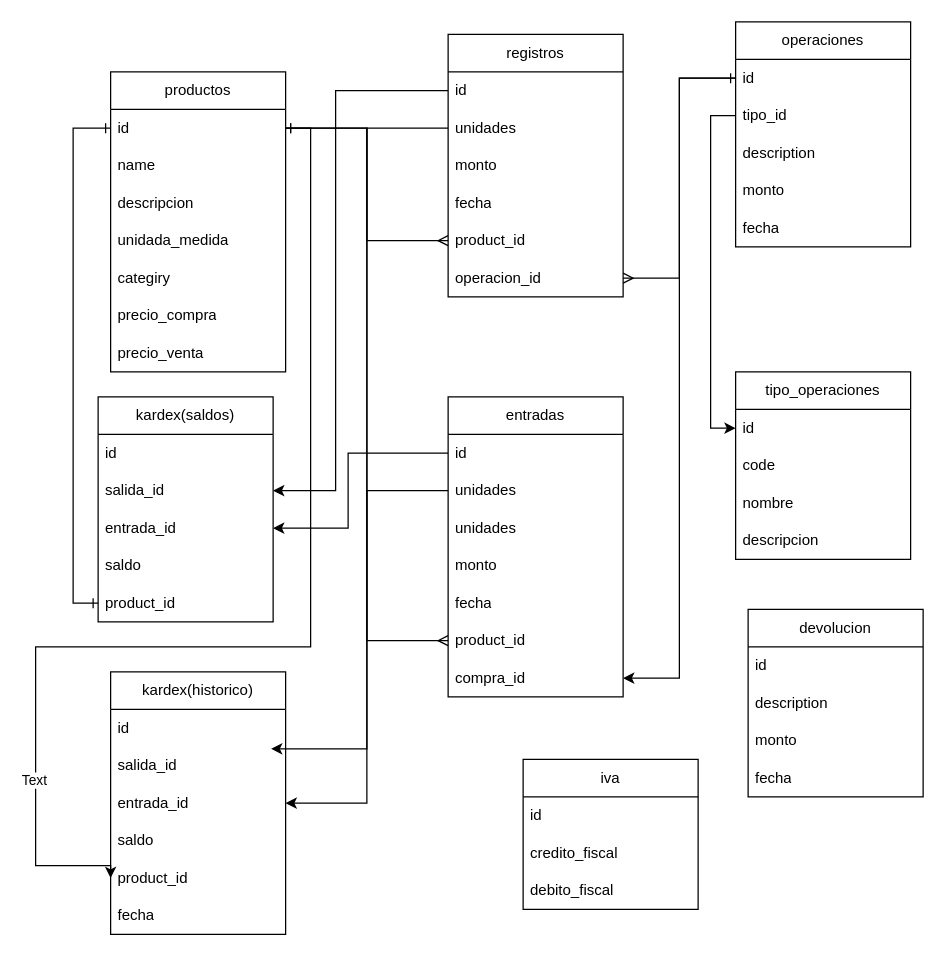
MasterJhonny/diagramas keeps this draw.io diagram as sistema_inventarios.drawio. Above is the earlier version. Source tidied: cells renumbered, new cells numbered last; positions are measured from the earlier drawing's top-left corner, leaving out a move shared by most shapes. Both pictures are drawn from the tidied source at 125%, with x=0, y=0 at pixel (35, 21).
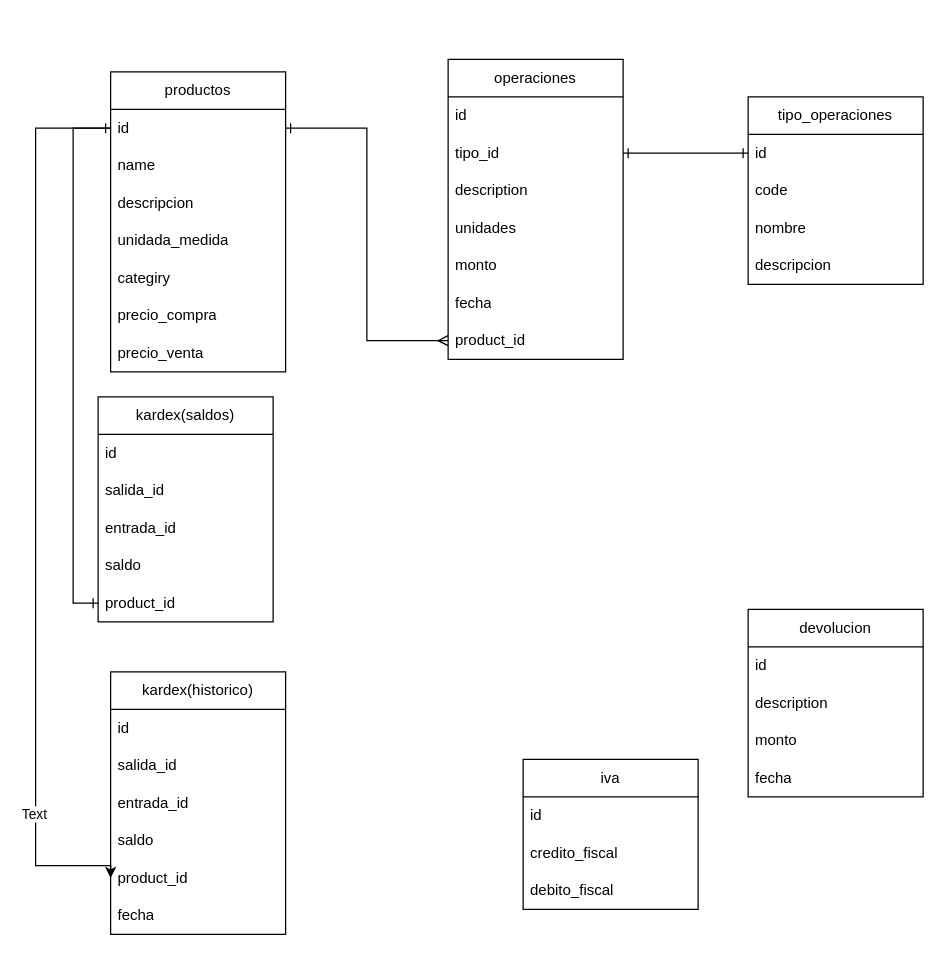
After the change.

The change refers to these unchanged cells:
```xml
<mxCell id="3" value="id" style="text;strokeColor=none;fillColor=none;align=left;verticalAlign=middle;spacingLeft=4;spacingRight=4;overflow=hidden;points=[[0,0.5],[1,0.5]];portConstraint=eastwest;whiteSpace=wrap;html=1;" parent="2" vertex="1">
  <mxGeometry y="30" width="140" height="30" as="geometry" />
</mxCell>
<mxCell id="11" value="id" style="text;strokeColor=none;fillColor=none;align=left;verticalAlign=middle;spacingLeft=4;spacingRight=4;overflow=hidden;points=[[0,0.5],[1,0.5]];portConstraint=eastwest;whiteSpace=wrap;html=1;" parent="10" vertex="1">
  <mxGeometry y="30" width="140" height="30" as="geometry" />
</mxCell>
<mxCell id="12" value="tipo_id" style="text;strokeColor=none;fillColor=none;align=left;verticalAlign=middle;spacingLeft=4;spacingRight=4;overflow=hidden;points=[[0,0.5],[1,0.5]];portConstraint=eastwest;whiteSpace=wrap;html=1;" parent="10" vertex="1">
  <mxGeometry y="60" width="140" height="30" as="geometry" />
</mxCell>
<mxCell id="27" value="salida_id" style="text;strokeColor=none;fillColor=none;align=left;verticalAlign=middle;spacingLeft=4;spacingRight=4;overflow=hidden;points=[[0,0.5],[1,0.5]];portConstraint=eastwest;whiteSpace=wrap;html=1;" parent="25" vertex="1">
  <mxGeometry y="60" width="140" height="30" as="geometry" />
</mxCell>
<mxCell id="28" value="entrada_id" style="text;strokeColor=none;fillColor=none;align=left;verticalAlign=middle;spacingLeft=4;spacingRight=4;overflow=hidden;points=[[0,0.5],[1,0.5]];portConstraint=eastwest;whiteSpace=wrap;html=1;" parent="25" vertex="1">
  <mxGeometry y="90" width="140" height="30" as="geometry" />
</mxCell>
<mxCell id="40" value="id" style="text;strokeColor=none;fillColor=none;align=left;verticalAlign=middle;spacingLeft=4;spacingRight=4;overflow=hidden;points=[[0,0.5],[1,0.5]];portConstraint=eastwest;whiteSpace=wrap;html=1;" parent="39" vertex="1">
  <mxGeometry y="30" width="140" height="30" as="geometry" />
</mxCell>
<mxCell id="50" value="salida_id" style="text;strokeColor=none;fillColor=none;align=left;verticalAlign=middle;spacingLeft=4;spacingRight=4;overflow=hidden;points=[[0,0.5],[1,0.5]];portConstraint=eastwest;whiteSpace=wrap;html=1;" parent="48" vertex="1">
  <mxGeometry y="60" width="140" height="30" as="geometry" />
</mxCell>
<mxCell id="51" value="entrada_id" style="text;strokeColor=none;fillColor=none;align=left;verticalAlign=middle;spacingLeft=4;spacingRight=4;overflow=hidden;points=[[0,0.5],[1,0.5]];portConstraint=eastwest;whiteSpace=wrap;html=1;" parent="48" vertex="1">
  <mxGeometry y="90" width="140" height="30" as="geometry" />
</mxCell>
<mxCell id="53" value="product_id" style="text;strokeColor=none;fillColor=none;align=left;verticalAlign=middle;spacingLeft=4;spacingRight=4;overflow=hidden;points=[[0,0.5],[1,0.5]];portConstraint=eastwest;whiteSpace=wrap;html=1;" parent="48" vertex="1">
  <mxGeometry y="150" width="140" height="30" as="geometry" />
</mxCell>
```

Diff of the diagram source:
```diff
@@
     <mxCell id="10" value="operaciones" style="swimlane;fontStyle=0;horizontal=1;startSize=30;whiteSpace=wrap;html=1;" parent="1" vertex="1">
-      <mxGeometry x="560" width="140" height="180" as="geometry" />
+      <mxGeometry x="330" y="30" width="140" height="240" as="geometry" />
     </mxCell>
@@
+    <mxCell id="70" value="unidades" style="text;strokeColor=none;fillColor=none;align=left;verticalAlign=middle;spacingLeft=4;spacingRight=4;overflow=hidden;whiteSpace=wrap;html=1;" parent="10" vertex="1">
+      <mxGeometry y="120" width="140" height="30" as="geometry" />
+    </mxCell>
     <mxCell id="14" value="monto" style="text;strokeColor=none;fillColor=none;align=left;verticalAlign=middle;spacingLeft=4;spacingRight=4;overflow=hidden;whiteSpace=wrap;html=1;" parent="10" vertex="1">
-      <mxGeometry y="120" width="140" height="30" as="geometry" />
+      <mxGeometry y="150" width="140" height="30" as="geometry" />
     </mxCell>
     <mxCell id="15" value="fecha" style="text;strokeColor=none;fillColor=none;align=left;verticalAlign=middle;spacingLeft=4;spacingRight=4;overflow=hidden;whiteSpace=wrap;html=1;" parent="10" vertex="1">
-      <mxGeometry y="150" width="140" height="30" as="geometry" />
+      <mxGeometry y="180" width="140" height="30" as="geometry" />
     </mxCell>
-    <mxCell id="16" value="entradas" style="swimlane;fontStyle=0;horizontal=1;startSize=30;whiteSpace=wrap;html=1;" parent="1" vertex="1">
-      <mxGeometry x="330" y="300" width="140" height="240" as="geometry" />
-    </mxCell>
-    <mxCell id="17" value="id" style="text;strokeColor=none;fillColor=none;align=left;verticalAlign=middle;spacingLeft=4;spacingRight=4;overflow=hidden;points=[[0,0.5],[1,0.5]];portConstraint=eastwest;whiteSpace=wrap;html=1;" parent="16" vertex="1">
-      <mxGeometry y="30" width="140" height="30" as="geometry" />
-    </mxCell>
-    <mxCell id="18" value="unidades" style="text;strokeColor=none;fillColor=none;align=left;verticalAlign=middle;spacingLeft=4;spacingRight=4;overflow=hidden;points=[[0,0.5],[1,0.5]];portConstraint=eastwest;whiteSpace=wrap;html=1;" parent="16" vertex="1">
-      <mxGeometry y="60" width="140" height="30" as="geometry" />
-    </mxCell>
-    <mxCell id="19" value="unidades" style="text;strokeColor=none;fillColor=none;align=left;verticalAlign=middle;spacingLeft=4;spacingRight=4;overflow=hidden;whiteSpace=wrap;html=1;" parent="16" vertex="1">
-      <mxGeometry y="90" width="140" height="30" as="geometry" />
-    </mxCell>
-    <mxCell id="20" value="monto" style="text;strokeColor=none;fillColor=none;align=left;verticalAlign=middle;spacingLeft=4;spacingRight=4;overflow=hidden;whiteSpace=wrap;html=1;" parent="16" vertex="1">
-      <mxGeometry y="120" width="140" height="30" as="geometry" />
-    </mxCell>
-    <mxCell id="21" value="fecha" style="text;strokeColor=none;fillColor=none;align=left;verticalAlign=middle;spacingLeft=4;spacingRight=4;overflow=hidden;whiteSpace=wrap;html=1;" parent="16" vertex="1">
-      <mxGeometry y="150" width="140" height="30" as="geometry" />
-    </mxCell>
-    <mxCell id="22" value="product_id" style="text;strokeColor=none;fillColor=none;align=left;verticalAlign=middle;spacingLeft=4;spacingRight=4;overflow=hidden;points=[[0,0.5],[1,0.5]];portConstraint=eastwest;whiteSpace=wrap;html=1;" parent="16" vertex="1">
-      <mxGeometry y="180" width="140" height="30" as="geometry" />
-    </mxCell>
-    <mxCell id="23" value="compra_id" style="text;strokeColor=none;fillColor=none;align=left;verticalAlign=middle;spacingLeft=4;spacingRight=4;overflow=hidden;points=[[0,0.5],[1,0.5]];portConstraint=eastwest;whiteSpace=wrap;html=1;" parent="16" vertex="1">
-      <mxGeometry y="210" width="140" height="30" as="geometry" />
-    </mxCell>
-    <mxCell id="24" style="edgeStyle=orthogonalEdgeStyle;rounded=0;jettySize=auto;html=1;entryX=0;entryY=0.5;entryDx=0;entryDy=0;startArrow=ERone;startFill=0;endArrow=ERmany;endFill=0;" parent="1" edge="1" source="3" target="22">
-      <mxGeometry relative="1" as="geometry" />
-    </mxCell>
+    <mxCell id="71" value="product_id" style="text;strokeColor=none;fillColor=none;align=left;verticalAlign=middle;spacingLeft=4;spacingRight=4;overflow=hidden;points=[[0,0.5],[1,0.5]];portConstraint=eastwest;whiteSpace=wrap;html=1;" parent="10" vertex="1">
+      <mxGeometry y="210" width="140" height="30" as="geometry" />
+    </mxCell>
@@
-    <mxCell id="32" value="registros" style="swimlane;fontStyle=0;horizontal=1;startSize=30;whiteSpace=wrap;html=1;" parent="1" vertex="1">
-      <mxGeometry x="330" y="10" width="140" height="210" as="geometry" />
-    </mxCell>
-    <mxCell id="33" value="id" style="text;strokeColor=none;fillColor=none;align=left;verticalAlign=middle;spacingLeft=4;spacingRight=4;overflow=hidden;points=[[0,0.5],[1,0.5]];portConstraint=eastwest;whiteSpace=wrap;html=1;" parent="32" vertex="1">
-      <mxGeometry y="30" width="140" height="30" as="geometry" />
-    </mxCell>
-    <mxCell id="34" value="unidades" style="text;strokeColor=none;fillColor=none;align=left;verticalAlign=middle;spacingLeft=4;spacingRight=4;overflow=hidden;points=[[0,0.5],[1,0.5]];portConstraint=eastwest;whiteSpace=wrap;html=1;" parent="32" vertex="1">
-      <mxGeometry y="60" width="140" height="30" as="geometry" />
-    </mxCell>
-    <mxCell id="35" value="monto" style="text;strokeColor=none;fillColor=none;align=left;verticalAlign=middle;spacingLeft=4;spacingRight=4;overflow=hidden;whiteSpace=wrap;html=1;" parent="32" vertex="1">
-      <mxGeometry y="90" width="140" height="30" as="geometry" />
-    </mxCell>
-    <mxCell id="36" value="fecha" style="text;strokeColor=none;fillColor=none;align=left;verticalAlign=middle;spacingLeft=4;spacingRight=4;overflow=hidden;whiteSpace=wrap;html=1;" parent="32" vertex="1">
-      <mxGeometry y="120" width="140" height="30" as="geometry" />
-    </mxCell>
-    <mxCell id="37" value="product_id" style="text;strokeColor=none;fillColor=none;align=left;verticalAlign=middle;spacingLeft=4;spacingRight=4;overflow=hidden;points=[[0,0.5],[1,0.5]];portConstraint=eastwest;whiteSpace=wrap;html=1;" parent="32" vertex="1">
-      <mxGeometry y="150" width="140" height="30" as="geometry" />
-    </mxCell>
-    <mxCell id="38" value="operacion_id" style="text;strokeColor=none;fillColor=none;align=left;verticalAlign=middle;spacingLeft=4;spacingRight=4;overflow=hidden;points=[[0,0.5],[1,0.5]];portConstraint=eastwest;whiteSpace=wrap;html=1;" parent="32" vertex="1">
-      <mxGeometry y="180" width="140" height="30" as="geometry" />
-    </mxCell>
     <mxCell id="39" value="tipo_operaciones" style="swimlane;fontStyle=0;horizontal=1;startSize=30;whiteSpace=wrap;html=1;" parent="1" vertex="1">
-      <mxGeometry x="560" y="280" width="140" height="150" as="geometry" />
+      <mxGeometry x="570" y="60" width="140" height="150" as="geometry" />
     </mxCell>
@@
-    <mxCell id="44" style="edgeStyle=orthogonalEdgeStyle;rounded=0;jettySize=auto;html=1;entryX=0;entryY=0.5;entryDx=0;entryDy=0;startArrow=ERone;startFill=0;endArrow=ERmany;endFill=0;" parent="1" edge="1" source="3" target="37">
-      <mxGeometry relative="1" as="geometry" />
-    </mxCell>
-    <mxCell id="45" style="edgeStyle=orthogonalEdgeStyle;rounded=0;jettySize=auto;html=1;entryX=1;entryY=0.5;entryDx=0;entryDy=0;startArrow=ERone;startFill=0;endArrow=ERmany;endFill=0;" parent="1" edge="1" source="11" target="38">
-      <mxGeometry relative="1" as="geometry" />
-    </mxCell>
-    <mxCell id="46" style="edgeStyle=orthogonalEdgeStyle;rounded=0;jettySize=auto;html=1;entryX=1;entryY=0.5;entryDx=0;entryDy=0;" parent="1" edge="1" source="33" target="27">
-      <mxGeometry relative="1" as="geometry">
-        <Array as="points">
-          <mxPoint x="240" y="55" />
-          <mxPoint x="240" y="375" />
-        </Array>
-      </mxGeometry>
-    </mxCell>
-    <mxCell id="47" style="edgeStyle=orthogonalEdgeStyle;rounded=0;jettySize=auto;html=1;entryX=1;entryY=0.5;entryDx=0;entryDy=0;" parent="1" edge="1" source="17" target="28">
-      <mxGeometry relative="1" as="geometry">
-        <Array as="points">
-          <mxPoint x="250" y="345" />
-          <mxPoint x="250" y="405" />
-        </Array>
-      </mxGeometry>
-    </mxCell>
@@
-    <mxCell id="55" style="edgeStyle=orthogonalEdgeStyle;rounded=0;jettySize=auto;html=1;entryX=1;entryY=0.5;entryDx=0;entryDy=0;" parent="1" edge="1" source="18" target="51">
-      <mxGeometry relative="1" as="geometry" />
-    </mxCell>
-    <mxCell id="56" style="edgeStyle=orthogonalEdgeStyle;rounded=0;jettySize=auto;html=1;entryX=0.917;entryY=0.053;entryDx=0;entryDy=0;entryPerimeter=0;" parent="1" edge="1" source="34" target="50">
-      <mxGeometry relative="1" as="geometry" />
-    </mxCell>
     <mxCell id="57" style="edgeStyle=orthogonalEdgeStyle;rounded=0;jettySize=auto;html=1;entryX=0;entryY=0.5;entryDx=0;entryDy=0;" parent="1" edge="1" source="3" target="53">
       <mxGeometry relative="1" as="geometry">
         <Array as="points">
-          <mxPoint x="220" y="85" />
-          <mxPoint x="220" y="500" />
-          <mxPoint y="500" />
+          <mxPoint y="85" />
           <mxPoint y="675" />
           <mxPoint x="60" y="675" />
         </Array>
       </mxGeometry>
     </mxCell>
@@
-    <mxCell id="68" style="edgeStyle=orthogonalEdgeStyle;rounded=0;jettySize=auto;html=1;entryX=0;entryY=0.5;entryDx=0;entryDy=0;" parent="1" edge="1" source="12" target="40">
+    <mxCell id="68" style="edgeStyle=orthogonalEdgeStyle;rounded=0;jettySize=auto;html=1;entryX=0;entryY=0.5;entryDx=0;entryDy=0;startArrow=ERone;startFill=0;endArrow=ERone;endFill=0;" parent="1" edge="1" source="12" target="40">
       <mxGeometry relative="1" as="geometry" />
     </mxCell>
-    <mxCell id="69" style="edgeStyle=orthogonalEdgeStyle;rounded=0;jettySize=auto;html=1;entryX=1;entryY=0.5;entryDx=0;entryDy=0;" parent="1" edge="1" source="11" target="23">
-      <mxGeometry relative="1" as="geometry" />
-    </mxCell>
+    <mxCell id="72" style="edgeStyle=orthogonalEdgeStyle;rounded=0;jettySize=auto;html=1;entryX=0;entryY=0.5;entryDx=0;entryDy=0;startArrow=ERone;startFill=0;endArrow=ERmany;endFill=0;" parent="1" edge="1" source="3" target="71">
+      <mxGeometry relative="1" as="geometry" />
+    </mxCell>
```
